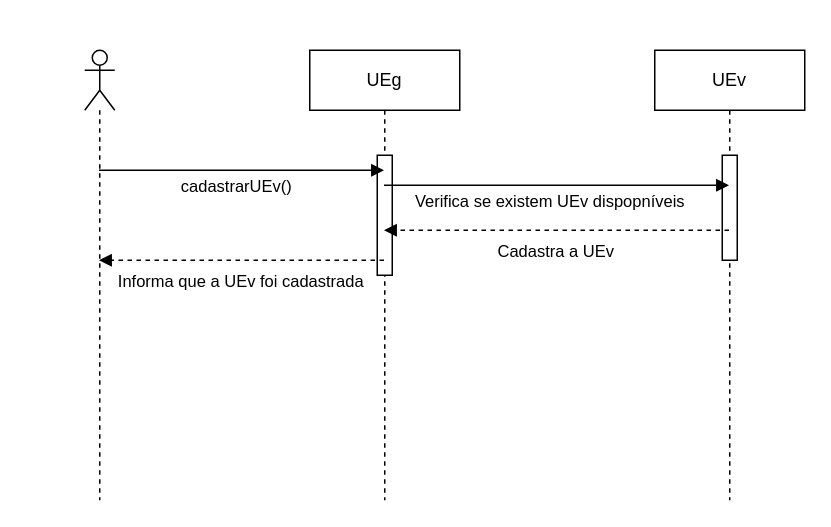
This is Lab03- Diagrama de Sequencias/Cadastrar_UEv.drawio from HenriqueFinatti/Modelagem-De-Software-Orientado-a-Objetos, a draw.io file, before an edit. Source tidied: cells renumbered, new cells numbered last; positions are measured from the earlier drawing's top-left corner, leaving out a move shared by most shapes. Both pictures are drawn from the tidied source at 150%, with x=0, y=0 at pixel (84, 50).
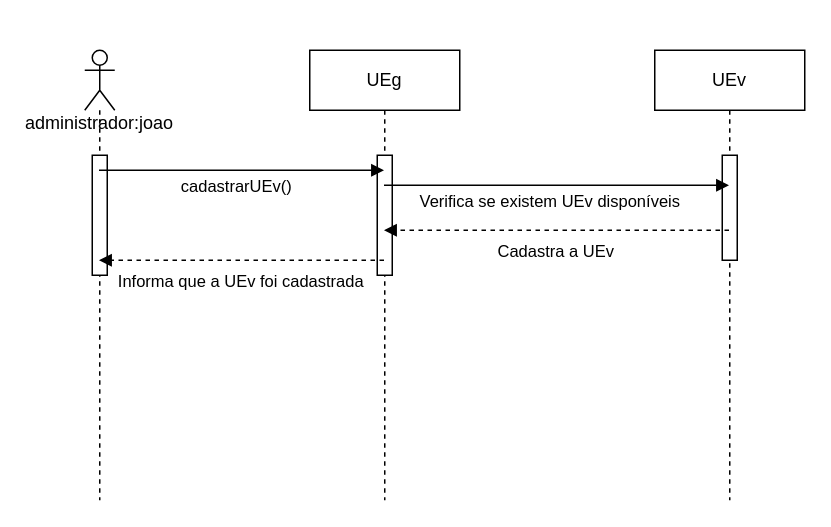
After the change.

Diff of the diagram source:
```diff
@@
 <mxGraphModel>
   <root>
     <mxCell id="0" />
     <mxCell id="1" parent="0" />
-    <mxCell id="2" value="&lt;div&gt;&lt;br&gt;&lt;/div&gt;" style="shape=umlLifeline;perimeter=lifelinePerimeter;whiteSpace=wrap;html=1;outlineConnect=0;portConstraint=eastwest;newEdgeStyle={&quot;curved&quot;:0,&quot;rounded&quot;:0};participant=umlActor;size=40;" parent="1" vertex="1">
+    <mxCell id="2" value="&lt;div&gt;&lt;br&gt;&lt;/div&gt;&lt;div&gt;&lt;br&gt;&lt;/div&gt;&lt;div&gt;&lt;br&gt;&lt;/div&gt;&lt;div&gt;&lt;br&gt;&lt;/div&gt;&lt;div&gt;administrador:joao&lt;/div&gt;" style="shape=umlLifeline;perimeter=lifelinePerimeter;whiteSpace=wrap;html=1;outlineConnect=0;portConstraint=eastwest;newEdgeStyle={&quot;curved&quot;:0,&quot;rounded&quot;:0};participant=umlActor;size=40;" parent="1" vertex="1">
       <mxGeometry width="20" height="300" as="geometry" />
     </mxCell>
+    <mxCell id="11" style="html=1;perimeter=orthogonalPerimeter;targetShapes=umlLifeline;newEdgeStyle={&quot;curved&quot;:0,&quot;rounded&quot;:0};" parent="2" vertex="1">
+      <mxGeometry x="5" y="70" width="10" height="80" as="geometry" />
+    </mxCell>
     <mxCell id="3" value="UEg" style="shape=umlLifeline;perimeter=lifelinePerimeter;whiteSpace=wrap;html=1;outlineConnect=0;portConstraint=eastwest;newEdgeStyle={&quot;curved&quot;:0,&quot;rounded&quot;:0};" parent="1" vertex="1">
       <mxGeometry x="150" width="100" height="300" as="geometry" />
     </mxCell>
     <mxCell id="4" style="html=1;perimeter=orthogonalPerimeter;targetShapes=umlLifeline;newEdgeStyle={&quot;curved&quot;:0,&quot;rounded&quot;:0};" parent="3" vertex="1">
       <mxGeometry x="45" y="70" width="10" height="80" as="geometry" />
     </mxCell>
     <mxCell id="5" value="UEv" style="shape=umlLifeline;perimeter=lifelinePerimeter;whiteSpace=wrap;html=1;outlineConnect=0;portConstraint=eastwest;newEdgeStyle={&quot;curved&quot;:0,&quot;rounded&quot;:0};" parent="1" vertex="1">
       <mxGeometry x="380" width="100" height="300" as="geometry" />
     </mxCell>
     <mxCell id="6" style="html=1;perimeter=orthogonalPerimeter;targetShapes=umlLifeline;newEdgeStyle={&quot;curved&quot;:0,&quot;rounded&quot;:0};" parent="5" vertex="1">
       <mxGeometry x="45" y="70" width="10" height="70" as="geometry" />
     </mxCell>
     <mxCell id="7" value="cadastrarUEv()" style="html=1;verticalAlign=bottom;endArrow=block;curved=0;rounded=0;" parent="1" edge="1" source="2" target="3">
       <mxGeometry x="-0.05" y="-20" relative="1" as="geometry">
         <Array as="points">
           <mxPoint x="110" y="80" />
         </Array>
         <mxPoint x="1" as="offset" />
       </mxGeometry>
     </mxCell>
-    <mxCell id="8" value="Verifica se existem UEv dispopníveis" style="html=1;verticalAlign=bottom;endArrow=block;curved=0;rounded=0;" parent="1" edge="1" source="3" target="5">
+    <mxCell id="8" value="Verifica se existem UEv disponíveis" style="html=1;verticalAlign=bottom;endArrow=block;curved=0;rounded=0;" parent="1" edge="1" source="3" target="5">
       <mxGeometry x="-0.05" y="-20" relative="1" as="geometry">
         <Array as="points">
           <mxPoint x="306" y="90" />
         </Array>
         <mxPoint x="1" as="offset" />
       </mxGeometry>
     </mxCell>
     <mxCell id="9" value="Cadastra a UEv" style="html=1;verticalAlign=bottom;endArrow=block;curved=0;rounded=0;dashed=1;" parent="1" edge="1" source="5" target="3">
       <mxGeometry x="0.01" y="23" relative="1" as="geometry">
         <Array as="points">
           <mxPoint x="306" y="120" />
         </Array>
       </mxGeometry>
     </mxCell>
     <mxCell id="10" value="Informa que a UEv foi cadastrada" style="html=1;verticalAlign=bottom;endArrow=block;curved=0;rounded=0;dashed=1;" parent="1" edge="1" source="3" target="2">
       <mxGeometry x="0.01" y="23" relative="1" as="geometry">
         <Array as="points">
           <mxPoint x="106" y="140" />
         </Array>
       </mxGeometry>
     </mxCell>
   </root>
 </mxGraphModel>
```
